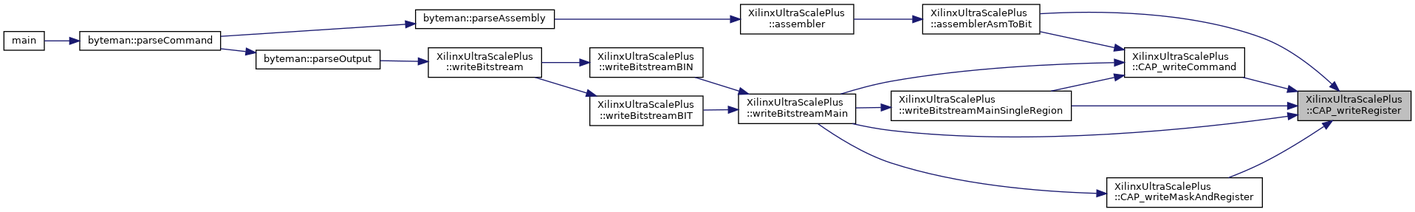
The Graphviz diagram classXilinxUltraScalePlus_a24ae5ad716caec7390276bb39449658e_icgraph.png in FPGA-Research-Manchester/byteman, before a commit. Its source is kept beside it as classXilinxUltraScalePlus_a24ae5ad716caec7390276bb39449658e_icgraph.dot.
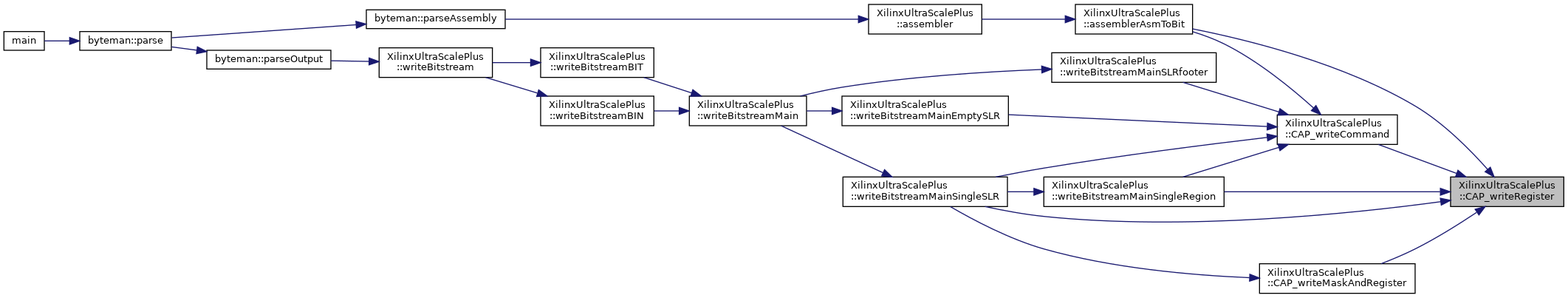
After the change.

What changed in the source:
```diff
@@ -11,30 +11,38 @@
   Node3 -> Node4 [dir="back",color="midnightblue",fontsize="10",style="solid",fontname="Helvetica"];
   Node4 [label="byteman::parseAssembly",height=0.2,width=0.4,color="black", fillcolor="white", style="filled",URL="$classbyteman.html#a5e7f2e31d95626075a6ce22b54ecbbf8",tooltip=" "];
   Node4 -> Node5 [dir="back",color="midnightblue",fontsize="10",style="solid",fontname="Helvetica"];
-  Node5 [label="byteman::parseCommand",height=0.2,width=0.4,color="black", fillcolor="white", style="filled",URL="$classbyteman.html#a97ad2d6b20a10ddb0dd8d373159eea4e",tooltip=" "];
+  Node5 [label="byteman::parse",height=0.2,width=0.4,color="black", fillcolor="white", style="filled",URL="$classbyteman.html#a0ce0e992678e3f8b51cc5e01cea14ddb",tooltip=" "];
   Node5 -> Node6 [dir="back",color="midnightblue",fontsize="10",style="solid",fontname="Helvetica"];
   Node6 [label="main",height=0.2,width=0.4,color="black", fillcolor="white", style="filled",URL="$byteman_8cpp.html#a0ddf1224851353fc92bfbff6f499fa97",tooltip=" "];
   Node1 -> Node7 [dir="back",color="midnightblue",fontsize="10",style="solid",fontname="Helvetica"];
   Node7 [label="XilinxUltraScalePlus\l::CAP_writeCommand",height=0.2,width=0.4,color="black", fillcolor="white", style="filled",URL="$classXilinxUltraScalePlus.html#aea40ae16e356d3c14e6288d4c8eb105c",tooltip=" "];
   Node7 -> Node2 [dir="back",color="midnightblue",fontsize="10",style="solid",fontname="Helvetica"];
   Node7 -> Node8 [dir="back",color="midnightblue",fontsize="10",style="solid",fontname="Helvetica"];
-  Node8 [label="XilinxUltraScalePlus\l::writeBitstreamMain",height=0.2,width=0.4,color="black", fillcolor="white", style="filled",URL="$classXilinxUltraScalePlus.html#afcd0f828eff528d0c178a5e473ee2181",tooltip=" "];
+  Node8 [label="XilinxUltraScalePlus\l::writeBitstreamMainEmptySLR",height=0.2,width=0.4,color="black", fillcolor="white", style="filled",URL="$classXilinxUltraScalePlus.html#a9c88e1cc4400a4f80a7757536442a193",tooltip=" "];
   Node8 -> Node9 [dir="back",color="midnightblue",fontsize="10",style="solid",fontname="Helvetica"];
-  Node9 [label="XilinxUltraScalePlus\l::writeBitstreamBIN",height=0.2,width=0.4,color="black", fillcolor="white", style="filled",URL="$classXilinxUltraScalePlus.html#ab32b8ddf6ed62003568932d9167f7231",tooltip=" "];
+  Node9 [label="XilinxUltraScalePlus\l::writeBitstreamMain",height=0.2,width=0.4,color="black", fillcolor="white", style="filled",URL="$classXilinxUltraScalePlus.html#afcd0f828eff528d0c178a5e473ee2181",tooltip=" "];
   Node9 -> Node10 [dir="back",color="midnightblue",fontsize="10",style="solid",fontname="Helvetica"];
-  Node10 [label="XilinxUltraScalePlus\l::writeBitstream",height=0.2,width=0.4,color="black", fillcolor="white", style="filled",URL="$classXilinxUltraScalePlus.html#a7f2a7c34766d004adc6f1cfe1bdd62e7",tooltip=" "];
+  Node10 [label="XilinxUltraScalePlus\l::writeBitstreamBIN",height=0.2,width=0.4,color="black", fillcolor="white", style="filled",URL="$classXilinxUltraScalePlus.html#ab32b8ddf6ed62003568932d9167f7231",tooltip=" "];
   Node10 -> Node11 [dir="back",color="midnightblue",fontsize="10",style="solid",fontname="Helvetica"];
-  Node11 [label="byteman::parseOutput",height=0.2,width=0.4,color="black", fillcolor="white", style="filled",URL="$classbyteman.html#a2ff1e5c9e9b542e9f74768b296ace32f",tooltip=" "];
-  Node11 -> Node5 [dir="back",color="midnightblue",fontsize="10",style="solid",fontname="Helvetica"];
-  Node8 -> Node12 [dir="back",color="midnightblue",fontsize="10",style="solid",fontname="Helvetica"];
-  Node12 [label="XilinxUltraScalePlus\l::writeBitstreamBIT",height=0.2,width=0.4,color="black", fillcolor="white", style="filled",URL="$classXilinxUltraScalePlus.html#aafc764306446548f9127f3e30759af49",tooltip=" "];
-  Node12 -> Node10 [dir="back",color="midnightblue",fontsize="10",style="solid",fontname="Helvetica"];
-  Node7 -> Node13 [dir="back",color="midnightblue",fontsize="10",style="solid",fontname="Helvetica"];
-  Node13 [label="XilinxUltraScalePlus\l::writeBitstreamMainSingleRegion",height=0.2,width=0.4,color="black", fillcolor="white", style="filled",URL="$classXilinxUltraScalePlus.html#a838df6236b078c1a751e65feb9463e12",tooltip=" "];
-  Node13 -> Node8 [dir="back",color="midnightblue",fontsize="10",style="solid",fontname="Helvetica"];
+  Node11 [label="XilinxUltraScalePlus\l::writeBitstream",height=0.2,width=0.4,color="black", fillcolor="white", style="filled",URL="$classXilinxUltraScalePlus.html#a7f2a7c34766d004adc6f1cfe1bdd62e7",tooltip=" "];
+  Node11 -> Node12 [dir="back",color="midnightblue",fontsize="10",style="solid",fontname="Helvetica"];
+  Node12 [label="byteman::parseOutput",height=0.2,width=0.4,color="black", fillcolor="white", style="filled",URL="$classbyteman.html#a2ff1e5c9e9b542e9f74768b296ace32f",tooltip=" "];
+  Node12 -> Node5 [dir="back",color="midnightblue",fontsize="10",style="solid",fontname="Helvetica"];
+  Node9 -> Node13 [dir="back",color="midnightblue",fontsize="10",style="solid",fontname="Helvetica"];
+  Node13 [label="XilinxUltraScalePlus\l::writeBitstreamBIT",height=0.2,width=0.4,color="black", fillcolor="white", style="filled",URL="$classXilinxUltraScalePlus.html#aafc764306446548f9127f3e30759af49",tooltip=" "];
+  Node13 -> Node11 [dir="back",color="midnightblue",fontsize="10",style="solid",fontname="Helvetica"];
+  Node7 -> Node14 [dir="back",color="midnightblue",fontsize="10",style="solid",fontname="Helvetica"];
+  Node14 [label="XilinxUltraScalePlus\l::writeBitstreamMainSingleRegion",height=0.2,width=0.4,color="black", fillcolor="white", style="filled",URL="$classXilinxUltraScalePlus.html#a1b63faa4285401972ad75e524434c89b",tooltip=" "];
+  Node14 -> Node15 [dir="back",color="midnightblue",fontsize="10",style="solid",fontname="Helvetica"];
+  Node15 [label="XilinxUltraScalePlus\l::writeBitstreamMainSingleSLR",height=0.2,width=0.4,color="black", fillcolor="white", style="filled",URL="$classXilinxUltraScalePlus.html#a452023c07e40cbb6b1a5c65db8494a65",tooltip=" "];
+  Node15 -> Node9 [dir="back",color="midnightblue",fontsize="10",style="solid",fontname="Helvetica"];
+  Node7 -> Node15 [dir="back",color="midnightblue",fontsize="10",style="solid",fontname="Helvetica"];
+  Node7 -> Node16 [dir="back",color="midnightblue",fontsize="10",style="solid",fontname="Helvetica"];
+  Node16 [label="XilinxUltraScalePlus\l::writeBitstreamMainSLRfooter",height=0.2,width=0.4,color="black", fillcolor="white", style="filled",URL="$classXilinxUltraScalePlus.html#a67e27bfc5941d09b9c09055a7fc705fd",tooltip=" "];
+  Node16 -> Node9 [dir="back",color="midnightblue",fontsize="10",style="solid",fontname="Helvetica"];
+  Node1 -> Node17 [dir="back",color="midnightblue",fontsize="10",style="solid",fontname="Helvetica"];
+  Node17 [label="XilinxUltraScalePlus\l::CAP_writeMaskAndRegister",height=0.2,width=0.4,color="black", fillcolor="white", style="filled",URL="$classXilinxUltraScalePlus.html#ab133ea6afae968c8607ce982ea627733",tooltip=" "];
+  Node17 -> Node15 [dir="back",color="midnightblue",fontsize="10",style="solid",fontname="Helvetica"];
   Node1 -> Node14 [dir="back",color="midnightblue",fontsize="10",style="solid",fontname="Helvetica"];
-  Node14 [label="XilinxUltraScalePlus\l::CAP_writeMaskAndRegister",height=0.2,width=0.4,color="black", fillcolor="white", style="filled",URL="$classXilinxUltraScalePlus.html#ab133ea6afae968c8607ce982ea627733",tooltip=" "];
-  Node14 -> Node8 [dir="back",color="midnightblue",fontsize="10",style="solid",fontname="Helvetica"];
-  Node1 -> Node8 [dir="back",color="midnightblue",fontsize="10",style="solid",fontname="Helvetica"];
-  Node1 -> Node13 [dir="back",color="midnightblue",fontsize="10",style="solid",fontname="Helvetica"];
+  Node1 -> Node15 [dir="back",color="midnightblue",fontsize="10",style="solid",fontname="Helvetica"];
 }
```
